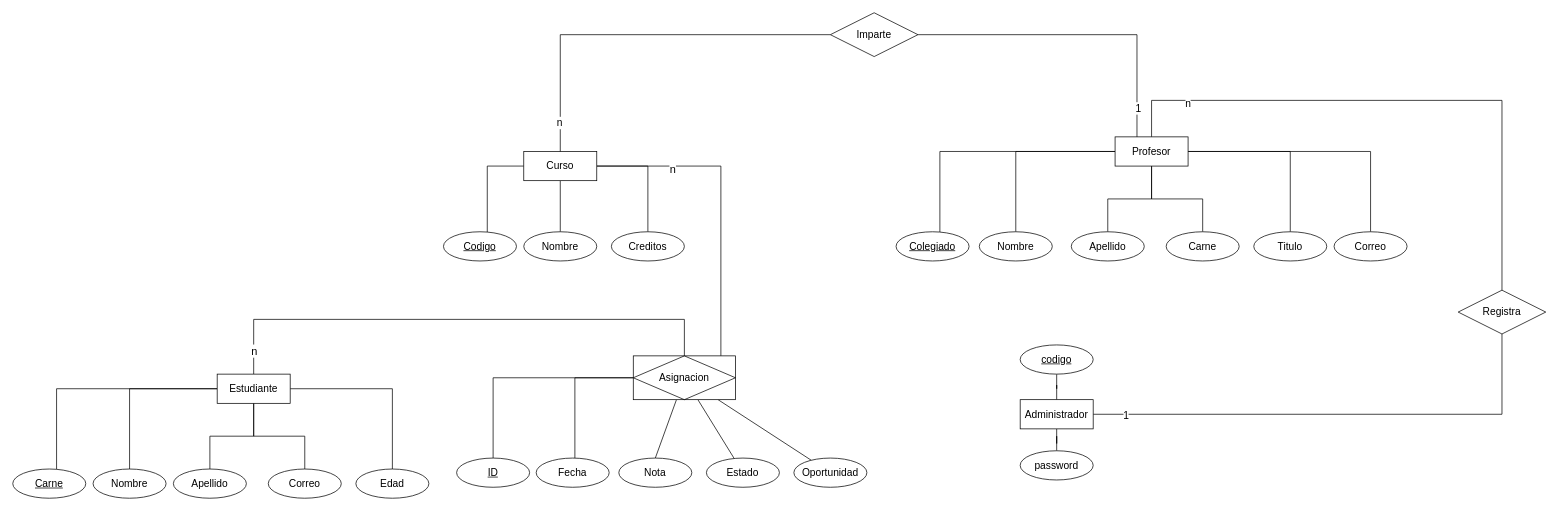
Above: university-practica entidad-relacion.drawio in luisbaquiax/practica-university (draw.io), before the change. Source tidied: cells renumbered, new cells numbered last; positions are measured from the earlier drawing's top-left corner, leaving out a move shared by most shapes. Both pictures are drawn from the tidied source at 73%, with x=0, y=0 at pixel (12, 12).
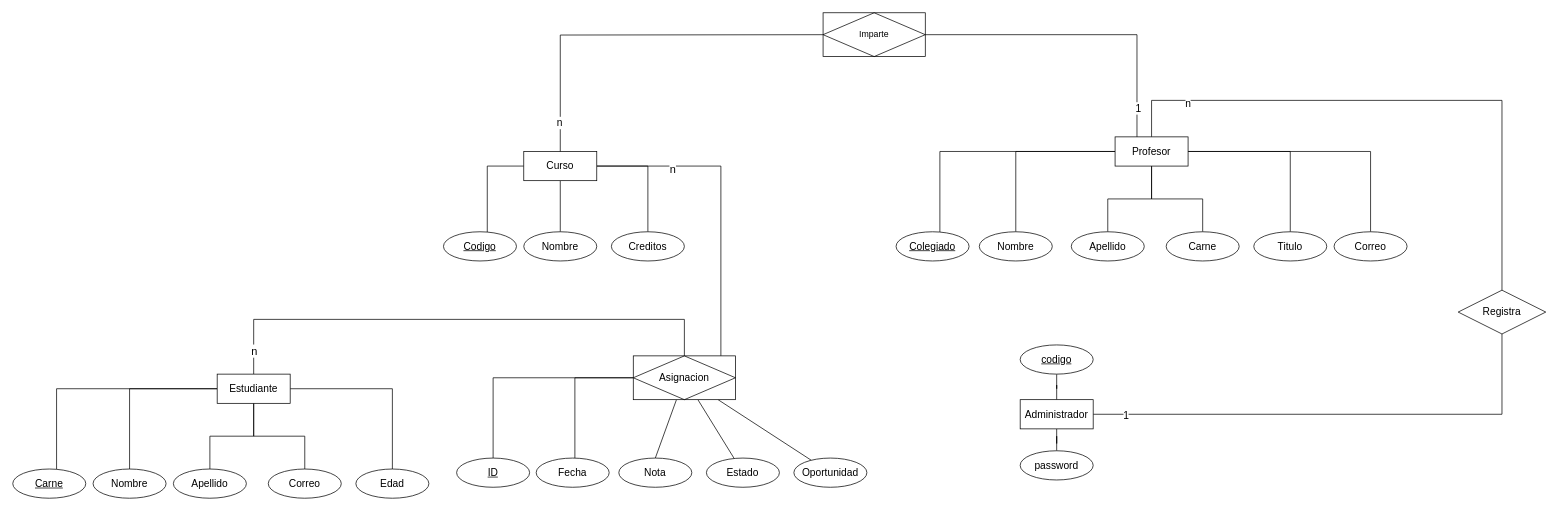
Above is the later version.

The change refers to these unchanged cells:
```xml
<mxCell id="20" value="Curso" style="whiteSpace=wrap;html=1;align=center;fontSize=14;" parent="1" vertex="1">
  <mxGeometry x="700" y="190" width="100" height="40" as="geometry" />
</mxCell>
<mxCell id="40" value="Profesor" style="whiteSpace=wrap;html=1;align=center;fontSize=14;" parent="1" vertex="1">
  <mxGeometry x="1510" y="170" width="100" height="40" as="geometry" />
</mxCell>
```

Diff of the diagram source:
```diff
@@
-    <mxCell id="46" style="edgeStyle=orthogonalEdgeStyle;rounded=0;jettySize=auto;html=1;fontSize=14;endArrow=none;endFill=0;" parent="1" edge="1" source="59" target="20">
-      <mxGeometry relative="1" as="geometry" />
+    <mxCell id="46" style="edgeStyle=orthogonalEdgeStyle;rounded=0;jettySize=auto;html=1;fontSize=14;endArrow=none;endFill=0;" parent="1" edge="1" target="20">
+      <mxGeometry relative="1" as="geometry">
+        <mxPoint x="1120" y="30" as="sourcePoint" />
+      </mxGeometry>
     </mxCell>
@@
-    <mxCell id="48" style="edgeStyle=orthogonalEdgeStyle;rounded=0;jettySize=auto;html=1;fontSize=14;exitX=1;exitY=0.5;exitDx=0;exitDy=0;endArrow=none;endFill=0;" parent="1" edge="1" source="59" target="40">
+    <mxCell id="48" style="edgeStyle=orthogonalEdgeStyle;rounded=0;jettySize=auto;html=1;fontSize=14;exitX=1;exitY=0.5;exitDx=0;exitDy=0;endArrow=none;endFill=0;" parent="1" edge="1" target="40">
       <mxGeometry relative="1" as="geometry">
+        <mxPoint x="1240" y="30" as="sourcePoint" />
         <Array as="points">
           <mxPoint x="1240" y="30" />
           <mxPoint x="1540" y="30" />
         </Array>
       </mxGeometry>
     </mxCell>
@@
-    <mxCell id="59" value="Imparte" style="shape=rhombus;perimeter=rhombusPerimeter;whiteSpace=wrap;html=1;align=center;fontSize=14;" parent="1" vertex="1">
-      <mxGeometry x="1120" width="120" height="60" as="geometry" />
-    </mxCell>
@@
+    <mxCell id="59" value="Imparte" style="shape=associativeEntity;whiteSpace=wrap;html=1;align=center;" parent="1" vertex="1">
+      <mxGeometry x="1110" width="140" height="60" as="geometry" />
+    </mxCell>
```
